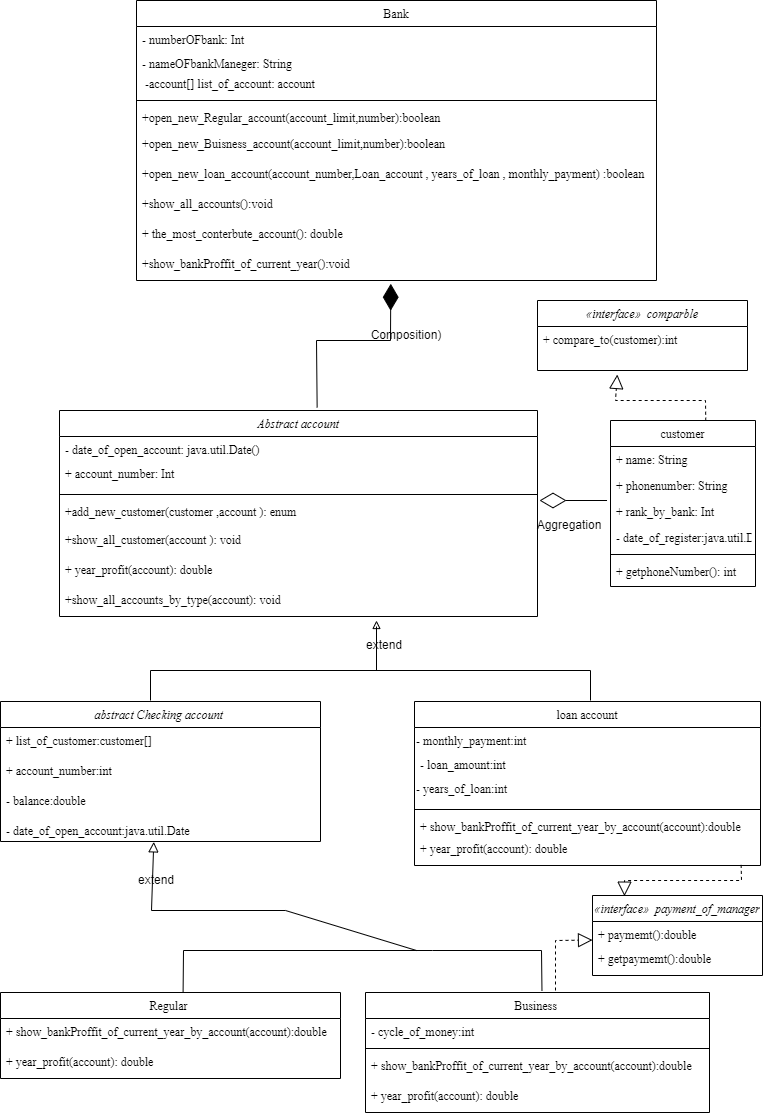
Above: Bank.drawio.png in oran950/bank (draw.io), before the change. Source tidied: cells renumbered, new cells last; positions are measured from the earlier drawing's top-left corner, leaving out a move shared by most shapes.
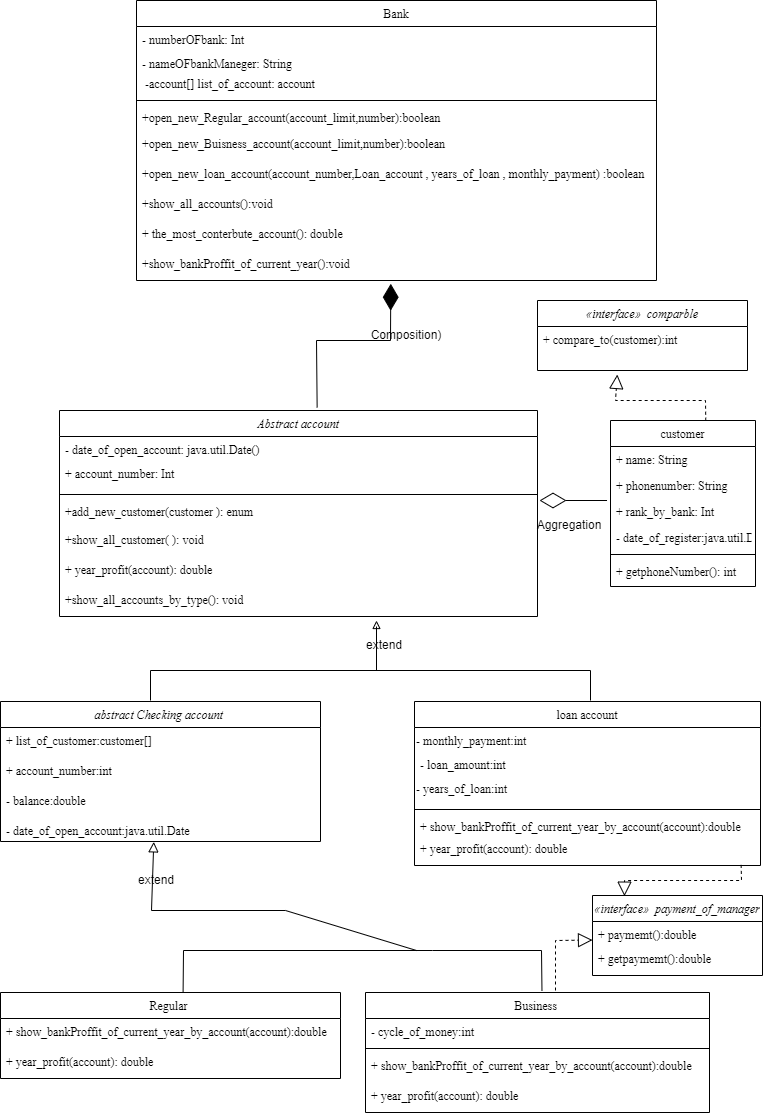
Above is the later version.

Diff of the diagram source:
```diff
@@ -126,16 +126,16 @@
     <mxCell id="31" style="line;strokeWidth=1;fillColor=none;align=left;verticalAlign=middle;spacingTop=-1;spacingLeft=3;spacingRight=3;labelPosition=right;rounded=0;labelBackgroundColor=none;fontFamily=Times New Roman;fontStyle=0;" parent="28" vertex="1">
       <mxGeometry y="80" width="478" height="8" as="geometry" />
     </mxCell>
-    <mxCell id="32" value="+add_new_customer(customer ,account ): enum" style="text;strokeColor=none;fillColor=none;align=left;verticalAlign=top;spacingLeft=4;spacingRight=4;overflow=hidden;rounded=0;labelBackgroundColor=none;fontFamily=Times New Roman;fontStyle=0;" parent="28" vertex="1">
+    <mxCell id="32" value="+add_new_customer(customer ): enum" style="text;strokeColor=none;fillColor=none;align=left;verticalAlign=top;spacingLeft=4;spacingRight=4;overflow=hidden;rounded=0;labelBackgroundColor=none;fontFamily=Times New Roman;fontStyle=0;" parent="28" vertex="1">
       <mxGeometry y="88" width="478" height="28" as="geometry" />
     </mxCell>
-    <mxCell id="33" value="+show_all_customer(account ): void" style="text;strokeColor=none;fillColor=none;align=left;verticalAlign=top;spacingLeft=4;spacingRight=4;overflow=hidden;rounded=0;labelBackgroundColor=none;fontFamily=Times New Roman;fontStyle=0;" parent="28" vertex="1">
+    <mxCell id="33" value="+show_all_customer( ): void" style="text;strokeColor=none;fillColor=none;align=left;verticalAlign=top;spacingLeft=4;spacingRight=4;overflow=hidden;rounded=0;labelBackgroundColor=none;fontFamily=Times New Roman;fontStyle=0;" parent="28" vertex="1">
       <mxGeometry y="116" width="478" height="30" as="geometry" />
     </mxCell>
     <mxCell id="34" value="+ year_profit(account): double" style="text;strokeColor=none;fillColor=none;align=left;verticalAlign=top;spacingLeft=4;spacingRight=4;overflow=hidden;rounded=0;labelBackgroundColor=none;fontFamily=Times New Roman;fontStyle=0;" parent="28" vertex="1">
       <mxGeometry y="146" width="478" height="30" as="geometry" />
     </mxCell>
-    <mxCell id="35" value="+show_all_accounts_by_type(account): void" style="text;strokeColor=none;fillColor=none;align=left;verticalAlign=top;spacingLeft=4;spacingRight=4;overflow=hidden;rounded=0;labelBackgroundColor=none;fontFamily=Times New Roman;fontStyle=0;" parent="28" vertex="1">
+    <mxCell id="35" value="+show_all_accounts_by_type(): void" style="text;strokeColor=none;fillColor=none;align=left;verticalAlign=top;spacingLeft=4;spacingRight=4;overflow=hidden;rounded=0;labelBackgroundColor=none;fontFamily=Times New Roman;fontStyle=0;" parent="28" vertex="1">
       <mxGeometry y="176" width="478" height="30" as="geometry" />
     </mxCell>
     <mxCell id="36" value="Bank" style="swimlane;fontStyle=0;align=center;verticalAlign=top;horizontal=1;startSize=26;rounded=0;labelBackgroundColor=none;fontFamily=Times New Roman;" parent="1" vertex="1">
```
